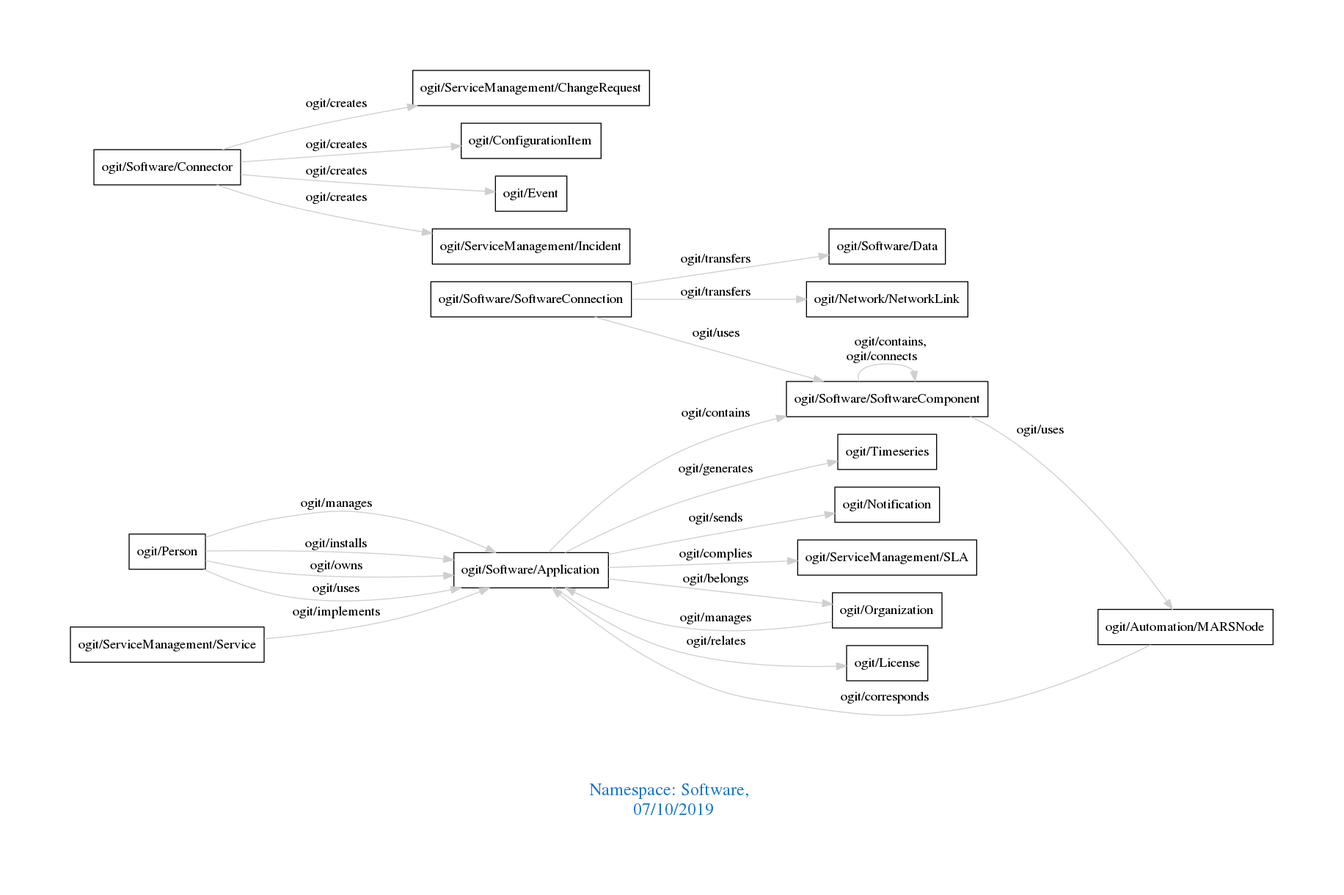
arago/OGIT keeps this Graphviz diagram as downloads/Software.png. Above is the earlier version. Its source is kept beside it as downloads/Software.dot.
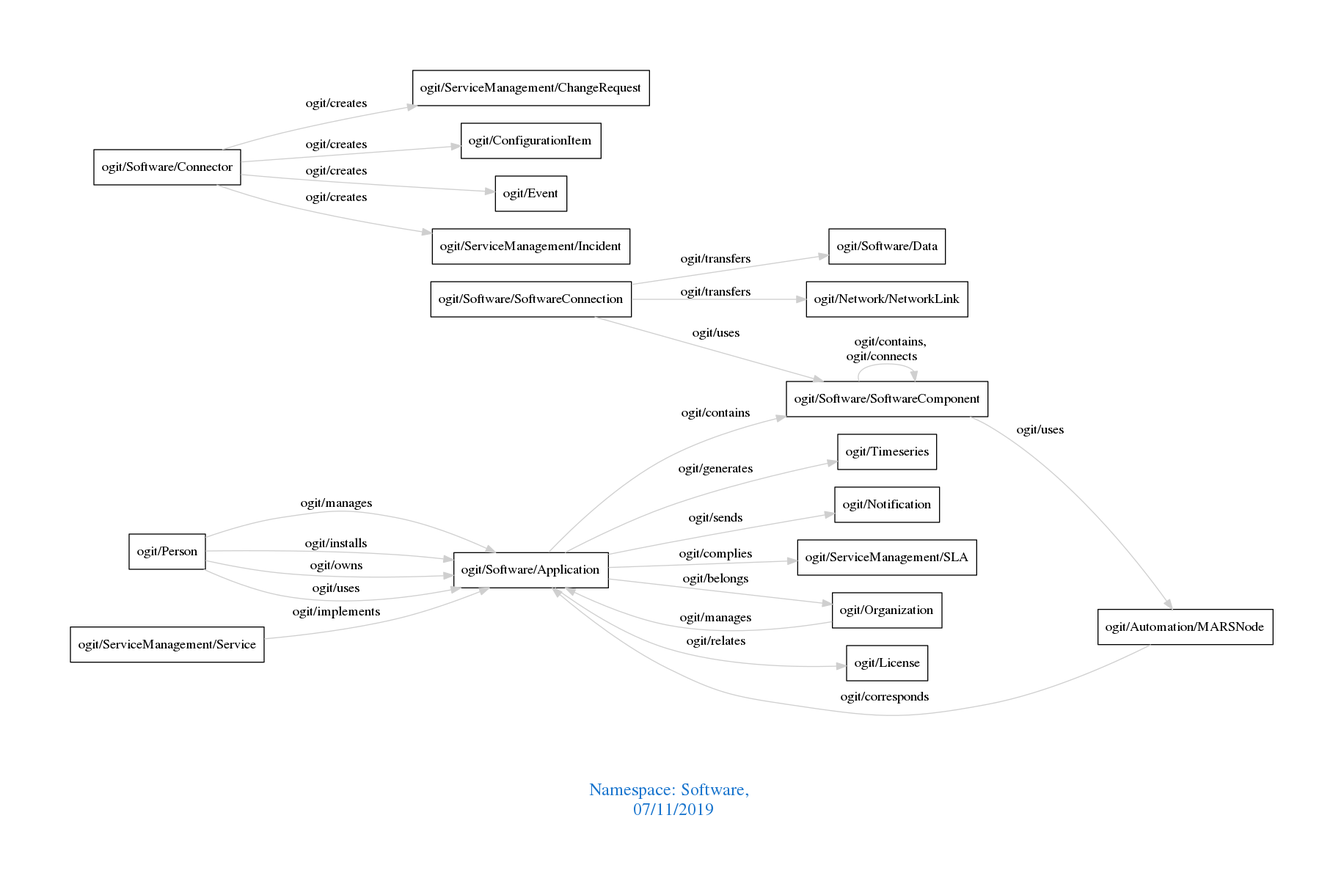
The same file after the commit.

What changed in the source:
```diff
@@ -1,7 +1,7 @@
 digraph OGIT_ontology {
  graph [ rankdir= LR,pad=1
 fontsize = 18,
-fontcolor= dodgerblue3,label = "\n\n\nNamespace: Software, \n 07/10/2019"];
+fontcolor= dodgerblue3,label = "\n\n\nNamespace: Software, \n 07/11/2019"];
 node[shape=polygon];
 edge [  color="gray81"];
 
```
